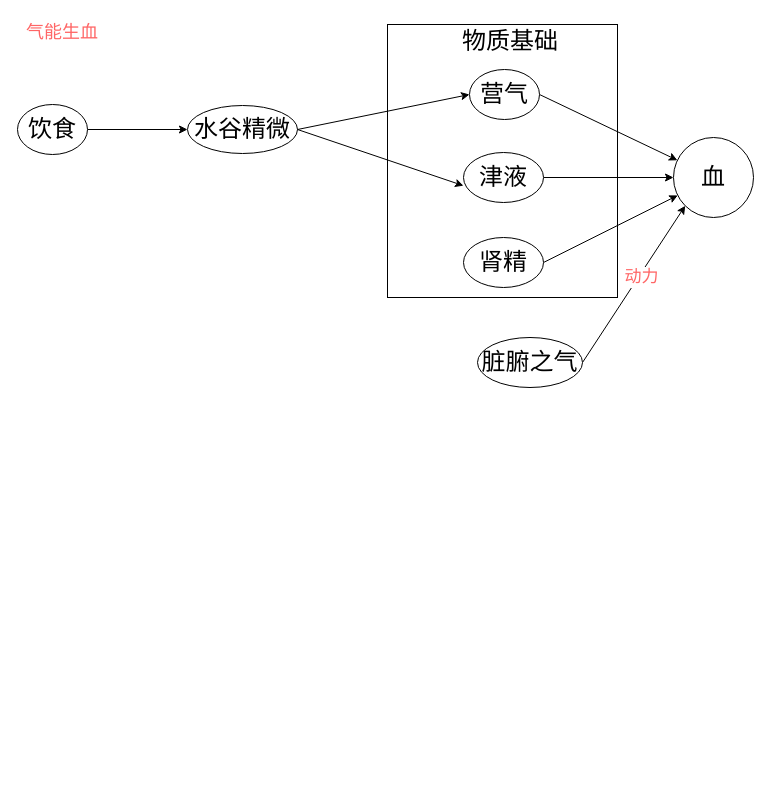
Above: 医门推敲叁/精气血津液神/气与血的关系.drawio in 328507133/chart (draw.io), before the change. Source tidied: cells renumbered, new cells numbered last; positions are measured from the earlier drawing's top-left corner, leaving out a move shared by most shapes. Both pictures are drawn from the tidied source at 100%, with x=0, y=0 at pixel (17, 17).
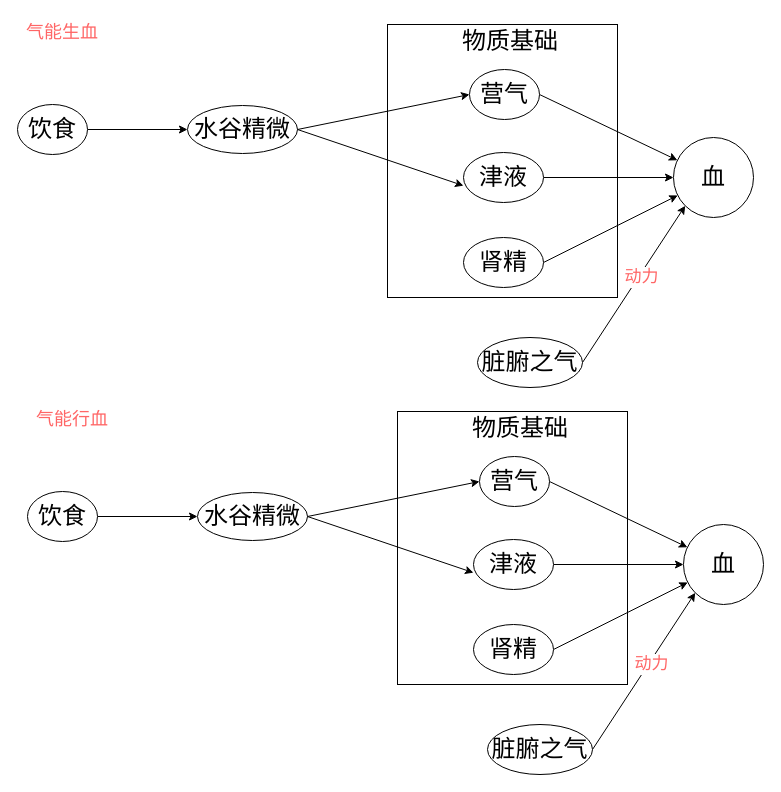
After the change.

Commit message (it also covers changes not shown here):
更新气与血的关系.drawio

Change to the diagram source:
```diff
@@
+    <mxCell id="21" style="group;" parent="1" vertex="1">
+      <mxGeometry x="380" y="394" width="230" height="273" as="geometry" />
+    </mxCell>
+    <mxCell id="22" style="rounded=0;whiteSpace=wrap;html=1;" parent="21" vertex="1">
+      <mxGeometry width="230" height="273" as="geometry" />
+    </mxCell>
+    <mxCell id="23" value="&lt;font style=&quot;font-size: 24px;&quot;&gt;物质基础&lt;/font&gt;" style="text;html=1;strokeColor=none;fillColor=none;align=center;verticalAlign=middle;whiteSpace=wrap;rounded=0;" parent="21" vertex="1">
+      <mxGeometry x="70.8" y="5.8" width="104.4" height="22.2" as="geometry" />
+    </mxCell>
+    <mxCell id="24" style="rounded=0;jettySize=auto;html=1;exitX=1;exitY=0.5;exitDx=0;exitDy=0;" parent="1" edge="1" source="25" target="30">
+      <mxGeometry relative="1" as="geometry" />
+    </mxCell>
+    <mxCell id="25" value="&lt;font style=&quot;font-size: 24px;&quot;&gt;营气&lt;/font&gt;" style="ellipse;whiteSpace=wrap;html=1;" parent="1" vertex="1">
+      <mxGeometry x="462" y="439" width="70" height="50" as="geometry" />
+    </mxCell>
+    <mxCell id="26" style="rounded=0;jettySize=auto;html=1;exitX=1;exitY=0.5;exitDx=0;exitDy=0;" parent="1" edge="1" source="27" target="30">
+      <mxGeometry relative="1" as="geometry" />
+    </mxCell>
+    <mxCell id="27" value="&lt;font style=&quot;font-size: 24px;&quot;&gt;肾精&lt;/font&gt;" style="ellipse;whiteSpace=wrap;html=1;" parent="1" vertex="1">
+      <mxGeometry x="456" y="607" width="80" height="50" as="geometry" />
+    </mxCell>
+    <mxCell id="28" style="edgeStyle=orthogonalEdgeStyle;rounded=0;jettySize=auto;html=1;exitX=1;exitY=0.5;exitDx=0;exitDy=0;" parent="1" edge="1" source="29" target="30">
+      <mxGeometry relative="1" as="geometry" />
+    </mxCell>
+    <mxCell id="29" value="&lt;font style=&quot;font-size: 24px;&quot;&gt;津液&lt;/font&gt;" style="ellipse;whiteSpace=wrap;html=1;" parent="1" vertex="1">
+      <mxGeometry x="456" y="522" width="80" height="50" as="geometry" />
+    </mxCell>
+    <mxCell id="30" value="&lt;font style=&quot;font-size: 24px;&quot;&gt;血&lt;/font&gt;" style="ellipse;whiteSpace=wrap;html=1;" parent="1" vertex="1">
+      <mxGeometry x="666" y="507" width="80" height="80" as="geometry" />
+    </mxCell>
+    <mxCell id="31" style="edgeStyle=orthogonalEdgeStyle;rounded=0;jettySize=auto;html=1;exitX=1;exitY=0.5;exitDx=0;exitDy=0;" parent="1" edge="1" source="32" target="34">
+      <mxGeometry relative="1" as="geometry" />
+    </mxCell>
+    <mxCell id="32" value="&lt;font style=&quot;font-size: 24px;&quot;&gt;饮食&lt;/font&gt;" style="ellipse;whiteSpace=wrap;html=1;" parent="1" vertex="1">
+      <mxGeometry x="10" y="474" width="70" height="50" as="geometry" />
+    </mxCell>
+    <mxCell id="33" style="rounded=0;jettySize=auto;html=1;exitX=1;exitY=0.5;exitDx=0;exitDy=0;entryX=0;entryY=0.5;entryDx=0;entryDy=0;" parent="1" edge="1" source="34" target="25">
+      <mxGeometry relative="1" as="geometry" />
+    </mxCell>
+    <mxCell id="34" value="&lt;font style=&quot;font-size: 24px;&quot;&gt;水谷精微&lt;/font&gt;" style="ellipse;whiteSpace=wrap;html=1;" parent="1" vertex="1">
+      <mxGeometry x="180" y="475" width="110" height="48" as="geometry" />
+    </mxCell>
+    <mxCell id="35" style="rounded=0;jettySize=auto;html=1;entryX=0;entryY=0.664;entryDx=0;entryDy=0;entryPerimeter=0;exitX=1;exitY=0.5;exitDx=0;exitDy=0;" parent="1" edge="1" source="34" target="29">
+      <mxGeometry relative="1" as="geometry" />
+    </mxCell>
+    <mxCell id="36" style="rounded=0;jettySize=auto;html=1;exitX=1;exitY=0.5;exitDx=0;exitDy=0;entryX=0;entryY=1;entryDx=0;entryDy=0;" parent="1" edge="1" source="38" target="30">
+      <mxGeometry relative="1" as="geometry" />
+    </mxCell>
+    <mxCell id="37" value="&lt;font style=&quot;font-size: 17px;&quot;&gt;动力&lt;/font&gt;" style="edgeLabel;html=1;align=center;verticalAlign=middle;fontColor=#FF6666;" parent="36" vertex="1">
+      <mxGeometry x="0.1" y="-2" relative="1" as="geometry" />
+    </mxCell>
+    <mxCell id="38" value="&lt;font style=&quot;font-size: 24px;&quot;&gt;脏腑之气&lt;/font&gt;" style="ellipse;whiteSpace=wrap;html=1;" parent="1" vertex="1">
+      <mxGeometry x="470" y="707" width="105" height="50" as="geometry" />
+    </mxCell>
+    <mxCell id="39" value="&lt;font style=&quot;font-size: 18px;&quot;&gt;气能行血&lt;/font&gt;" style="text;html=1;align=center;verticalAlign=middle;whiteSpace=wrap;rounded=0;fontColor=#FF6666;" parent="1" vertex="1">
+      <mxGeometry x="10" y="387" width="90" height="30" as="geometry" />
+    </mxCell>
```
